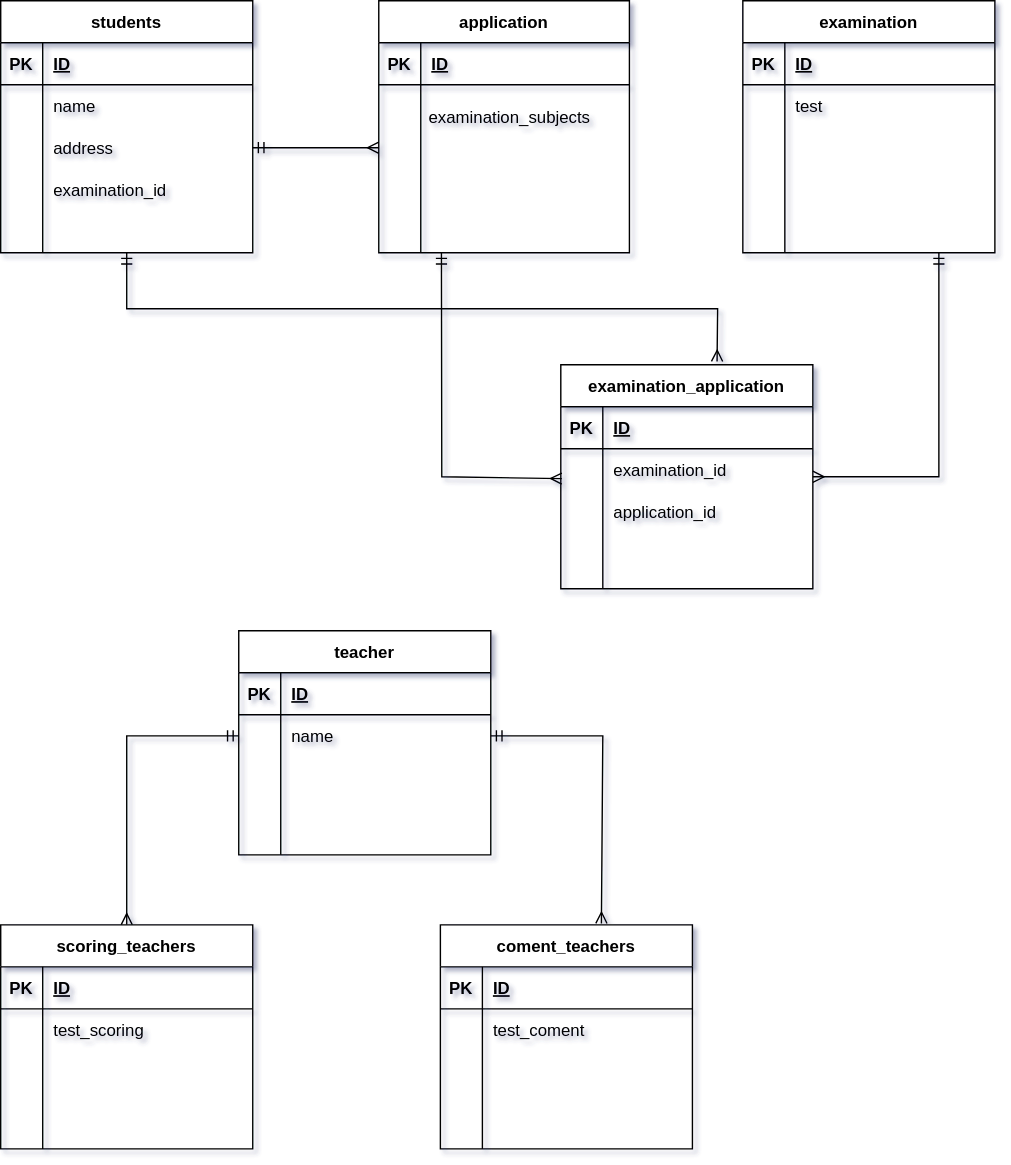
kayo57/20210925hirayama keeps this draw.io diagram as index.drawio.svg. Above is the earlier version. Source tidied: cells renumbered, new cells last; positions are measured from the earlier drawing's top-left corner, leaving out a move shared by most shapes.
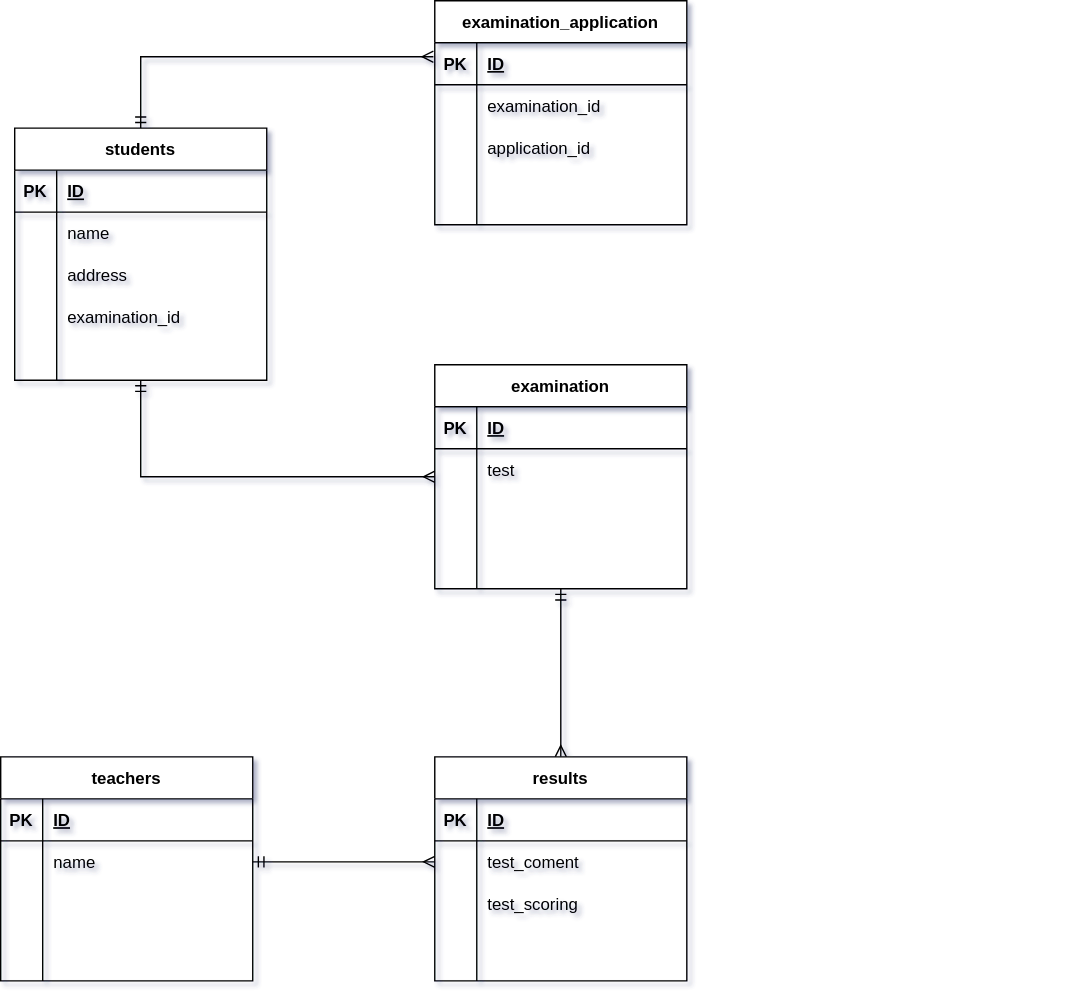
After the change.

The edit, as a diff of the source:
```diff
@@ -8,16 +8,24 @@
         <mxPoint x="442.5" y="145" as="targetPoint" />
       </mxGeometry>
     </mxCell>
-    <mxCell id="3" style="edgeStyle=none;rounded=0;jettySize=auto;html=1;exitX=0.5;exitY=1;exitDx=0;exitDy=0;startArrow=ERmandOne;startFill=0;endArrow=ERmany;endFill=0;entryX=0.62;entryY=-0.015;entryDx=0;entryDy=0;entryPerimeter=0;" parent="1" edge="1" source="4" target="61">
-      <mxGeometry relative="1" as="geometry">
-        <Array as="points">
-          <mxPoint x="90" y="220" />
-          <mxPoint x="512" y="220" />
-        </Array>
-      </mxGeometry>
-    </mxCell>
+    <mxCell id="102" style="rounded=0;jettySize=auto;html=1;exitX=0.5;exitY=0;exitDx=0;exitDy=0;startArrow=ERmandOne;startFill=0;endArrow=ERmany;endFill=0;" parent="1" edge="1" source="4">
+      <mxGeometry relative="1" as="geometry">
+        <mxPoint x="149" y="-80" as="targetPoint" />
+        <Array as="points">
+          <mxPoint x="-60" y="-80" />
+        </Array>
+      </mxGeometry>
+    </mxCell>
+    <mxCell id="103" style="edgeStyle=orthogonalEdgeStyle;rounded=0;jettySize=auto;html=1;exitX=0.5;exitY=1;exitDx=0;exitDy=0;startArrow=ERmandOne;startFill=0;endArrow=ERmany;endFill=0;" parent="1" edge="1" source="4">
+      <mxGeometry relative="1" as="geometry">
+        <mxPoint x="150" y="220" as="targetPoint" />
+        <Array as="points">
+          <mxPoint x="-60" y="220" />
+        </Array>
+      </mxGeometry>
+    </mxCell>
     <mxCell id="4" value="students" style="shape=table;startSize=30;rowLines=0;fontStyle=1;align=center;rounded=0;sketch=0;" parent="1" vertex="1">
-      <mxGeometry width="180" height="180" as="geometry" />
+      <mxGeometry x="-150" y="-29" width="180" height="180" as="geometry" />
     </mxCell>
     <mxCell id="5" style="shape=partialRectangle;fillColor=none;top=0;left=0;bottom=1;right=0;" parent="4" vertex="1">
       <mxGeometry y="30" width="180" height="30" as="geometry" />
@@ -55,54 +63,8 @@
     <mxCell id="16" value="examination_id" style="shape=partialRectangle;fillColor=none;top=0;left=0;bottom=0;right=0;align=left;spacingLeft=6;overflow=hidden;" parent="14" vertex="1">
       <mxGeometry x="30" width="150" height="30" as="geometry" />
     </mxCell>
-    <mxCell id="17" style="edgeStyle=none;rounded=0;jettySize=auto;html=1;exitX=0.25;exitY=1;exitDx=0;exitDy=0;entryX=0.004;entryY=0.711;entryDx=0;entryDy=0;entryPerimeter=0;startArrow=ERmandOne;startFill=0;endArrow=ERmany;endFill=0;" parent="1" edge="1" source="18" target="65">
-      <mxGeometry relative="1" as="geometry">
-        <Array as="points">
-          <mxPoint x="315" y="340" />
-        </Array>
-      </mxGeometry>
-    </mxCell>
-    <mxCell id="18" value="application" style="shape=table;startSize=30;rowLines=0;fontStyle=1;align=center;rounded=0;sketch=0;" parent="1" vertex="1">
-      <mxGeometry x="270" width="179" height="180" as="geometry" />
-    </mxCell>
-    <mxCell id="19" style="shape=partialRectangle;fillColor=none;top=0;left=0;bottom=1;right=0;" parent="18" vertex="1">
-      <mxGeometry y="30" width="179" height="30" as="geometry" />
-    </mxCell>
-    <mxCell id="20" value="PK" style="shape=partialRectangle;fillColor=none;top=0;left=0;bottom=0;right=0;fontStyle=1;overflow=hidden;" parent="19" vertex="1">
-      <mxGeometry width="30" height="30" as="geometry" />
-    </mxCell>
-    <mxCell id="21" value="ID" style="shape=partialRectangle;fillColor=none;top=0;left=0;bottom=0;right=0;align=left;spacingLeft=6;fontStyle=5;overflow=hidden;" parent="19" vertex="1">
-      <mxGeometry x="30" width="149" height="30" as="geometry" />
-    </mxCell>
-    <mxCell id="22" style="shape=partialRectangle;fillColor=none;top=0;left=0;bottom=0;right=0;" parent="18" vertex="1">
-      <mxGeometry y="60" width="179" height="30" as="geometry" />
-    </mxCell>
-    <mxCell id="23" style="shape=partialRectangle;fillColor=none;top=0;left=0;bottom=0;right=0;overflow=hidden;" parent="22" vertex="1">
-      <mxGeometry width="30" height="30" as="geometry" />
-    </mxCell>
-    <mxCell id="24" style="shape=partialRectangle;fillColor=none;top=0;left=0;bottom=0;right=0;align=left;spacingLeft=6;overflow=hidden;" parent="22" vertex="1">
-      <mxGeometry x="30" width="149" height="30" as="geometry" />
-    </mxCell>
-    <mxCell id="25" style="shape=partialRectangle;fillColor=none;top=0;left=0;bottom=0;right=0;points=[[0,0.5],[1,0.5]];portConstraint=eastwest;" parent="18" vertex="1">
-      <mxGeometry y="90" width="179" height="30" as="geometry" />
-    </mxCell>
-    <mxCell id="26" style="shape=partialRectangle;fillColor=none;top=0;left=0;bottom=0;right=0;overflow=hidden;" parent="25" vertex="1">
-      <mxGeometry width="30" height="30" as="geometry" />
-    </mxCell>
-    <mxCell id="27" style="shape=partialRectangle;fillColor=none;top=0;left=0;bottom=0;right=0;align=left;spacingLeft=6;overflow=hidden;" parent="25" vertex="1">
-      <mxGeometry x="30" width="149" height="30" as="geometry" />
-    </mxCell>
-    <mxCell id="28" style="shape=partialRectangle;fillColor=none;top=0;left=0;bottom=0;right=0;" parent="18" vertex="1">
-      <mxGeometry y="120" width="179" height="30" as="geometry" />
-    </mxCell>
-    <mxCell id="29" style="shape=partialRectangle;fillColor=none;top=0;left=0;bottom=0;right=0;overflow=hidden;" parent="28" vertex="1">
-      <mxGeometry width="30" height="30" as="geometry" />
-    </mxCell>
-    <mxCell id="30" style="shape=partialRectangle;fillColor=none;top=0;left=0;bottom=0;right=0;align=left;spacingLeft=6;overflow=hidden;" parent="28" vertex="1">
-      <mxGeometry x="30" width="149" height="30" as="geometry" />
-    </mxCell>
-    <mxCell id="31" value="teacher" style="shape=table;startSize=30;rowLines=0;fontStyle=1;align=center;rounded=0;sketch=0;" parent="1" vertex="1">
-      <mxGeometry x="170" y="450" width="180" height="160" as="geometry" />
+    <mxCell id="31" value="teachers" style="shape=table;startSize=30;rowLines=0;fontStyle=1;align=center;rounded=0;sketch=0;" parent="1" vertex="1">
+      <mxGeometry x="-160" y="420" width="180" height="160" as="geometry" />
     </mxCell>
     <mxCell id="32" style="shape=partialRectangle;fillColor=none;top=0;left=0;bottom=1;right=0;" parent="31" vertex="1">
       <mxGeometry y="30" width="180" height="30" as="geometry" />
@@ -140,16 +102,11 @@
     <mxCell id="43" style="shape=partialRectangle;fillColor=none;top=0;left=0;bottom=0;right=0;align=left;spacingLeft=6;overflow=hidden;" parent="41" vertex="1">
       <mxGeometry x="30" width="150" height="30" as="geometry" />
     </mxCell>
-    <mxCell id="44" style="edgeStyle=none;rounded=0;jettySize=auto;html=1;entryX=1;entryY=0.5;entryDx=0;entryDy=0;startArrow=ERmandOne;startFill=0;endArrow=ERmany;endFill=0;" parent="1" edge="1" target="61">
-      <mxGeometry relative="1" as="geometry">
-        <mxPoint x="670" y="180" as="sourcePoint" />
-        <Array as="points">
-          <mxPoint x="670" y="340" />
-        </Array>
-      </mxGeometry>
-    </mxCell>
+    <mxCell id="104" style="edgeStyle=orthogonalEdgeStyle;rounded=0;jettySize=auto;html=1;exitX=0.5;exitY=1;exitDx=0;exitDy=0;entryX=0.5;entryY=0;entryDx=0;entryDy=0;startArrow=ERmandOne;startFill=0;endArrow=ERmany;endFill=0;" parent="1" edge="1" source="45" target="105">
+      <mxGeometry relative="1" as="geometry" />
+    </mxCell>
     <mxCell id="45" value="examination" style="shape=table;startSize=30;rowLines=0;fontStyle=1;align=center;rounded=0;sketch=0;" parent="1" vertex="1">
-      <mxGeometry x="530" width="180" height="180" as="geometry" />
+      <mxGeometry x="150" y="140" width="180" height="160" as="geometry" />
     </mxCell>
     <mxCell id="46" style="shape=partialRectangle;fillColor=none;top=0;left=0;bottom=1;right=0;" parent="45" vertex="1">
       <mxGeometry y="30" width="180" height="30" as="geometry" />
@@ -187,17 +144,11 @@
     <mxCell id="57" style="shape=partialRectangle;fillColor=none;top=0;left=0;bottom=0;right=0;align=left;spacingLeft=6;overflow=hidden;" parent="55" vertex="1">
       <mxGeometry x="30" width="150" height="30" as="geometry" />
     </mxCell>
-    <mxCell id="58" value="examination_subjects" style="text;strokeColor=none;fillColor=none;spacingLeft=4;spacingRight=4;overflow=hidden;fontSize=12;rounded=0;sketch=0;" parent="1" vertex="1">
-      <mxGeometry x="300" y="70" width="130" height="30" as="geometry" />
-    </mxCell>
     <mxCell id="59" value="&lt;br&gt;" style="text;html=1;align=center;verticalAlign=middle;strokeColor=none;" parent="1" vertex="1">
       <mxGeometry x="570" y="150" width="20" height="20" as="geometry" />
     </mxCell>
-    <mxCell id="60" style="edgeStyle=none;rounded=1;sketch=0;jettySize=auto;html=1;exitX=0;exitY=0.5;exitDx=0;exitDy=0;entryX=1;entryY=0.5;entryDx=0;entryDy=0;startArrow=ERmany;startFill=0;endArrow=ERmandOne;endFill=0;targetPerimeterSpacing=1;" parent="1" edge="1" source="25" target="11">
-      <mxGeometry relative="1" as="geometry" />
-    </mxCell>
     <mxCell id="61" value="examination_application" style="shape=table;startSize=30;rowLines=0;fontStyle=1;align=center;" parent="1" vertex="1">
-      <mxGeometry x="400" y="260" width="180" height="160" as="geometry" />
+      <mxGeometry x="150" y="-120" width="180" height="160" as="geometry" />
     </mxCell>
     <mxCell id="62" style="shape=partialRectangle;fillColor=none;top=0;left=0;bottom=1;right=0;" parent="61" vertex="1">
       <mxGeometry y="30" width="180" height="30" as="geometry" />
@@ -235,98 +186,47 @@
     <mxCell id="73" style="shape=partialRectangle;fillColor=none;top=0;left=0;bottom=0;right=0;align=left;spacingLeft=6;overflow=hidden;" parent="71" vertex="1">
       <mxGeometry x="30" width="150" height="30" as="geometry" />
     </mxCell>
-    <mxCell id="74" value="coment_teachers" style="shape=table;startSize=30;rowLines=0;fontStyle=1;align=center;" parent="1" vertex="1">
-      <mxGeometry x="314" y="660" width="180" height="160" as="geometry" />
-    </mxCell>
-    <mxCell id="75" style="shape=partialRectangle;fillColor=none;top=0;left=0;bottom=1;right=0;" parent="74" vertex="1">
-      <mxGeometry y="30" width="180" height="30" as="geometry" />
-    </mxCell>
-    <mxCell id="76" value="PK" style="shape=partialRectangle;fillColor=none;top=0;left=0;bottom=0;right=0;fontStyle=1;overflow=hidden;" parent="75" vertex="1">
-      <mxGeometry width="30" height="30" as="geometry" />
-    </mxCell>
-    <mxCell id="77" value="ID" style="shape=partialRectangle;fillColor=none;top=0;left=0;bottom=0;right=0;align=left;spacingLeft=6;fontStyle=5;overflow=hidden;" parent="75" vertex="1">
-      <mxGeometry x="30" width="150" height="30" as="geometry" />
-    </mxCell>
-    <mxCell id="78" style="shape=partialRectangle;fillColor=none;top=0;left=0;bottom=0;right=0;" parent="74" vertex="1">
-      <mxGeometry y="60" width="180" height="30" as="geometry" />
-    </mxCell>
-    <mxCell id="79" style="shape=partialRectangle;fillColor=none;top=0;left=0;bottom=0;right=0;overflow=hidden;" parent="78" vertex="1">
-      <mxGeometry width="30" height="30" as="geometry" />
-    </mxCell>
+    <mxCell id="105" value="results" style="shape=table;startSize=30;rowLines=0;fontStyle=1;align=center;" parent="1" vertex="1">
+      <mxGeometry x="150" y="420" width="180" height="160" as="geometry" />
+    </mxCell>
+    <mxCell id="106" style="shape=partialRectangle;fillColor=none;top=0;left=0;bottom=1;right=0;" parent="105" vertex="1">
+      <mxGeometry y="30" width="180" height="30" as="geometry" />
+    </mxCell>
+    <mxCell id="107" value="PK" style="shape=partialRectangle;fillColor=none;top=0;left=0;bottom=0;right=0;fontStyle=1;overflow=hidden;" parent="106" vertex="1">
+      <mxGeometry width="30" height="30" as="geometry" />
+    </mxCell>
+    <mxCell id="108" value="ID" style="shape=partialRectangle;fillColor=none;top=0;left=0;bottom=0;right=0;align=left;spacingLeft=6;fontStyle=5;overflow=hidden;" parent="106" vertex="1">
+      <mxGeometry x="30" width="150" height="30" as="geometry" />
+    </mxCell>
+    <mxCell id="109" style="shape=partialRectangle;fillColor=none;top=0;left=0;bottom=0;right=0;points=[[0,0.5],[1,0.5]];portConstraint=eastwest;" parent="105" vertex="1">
+      <mxGeometry y="60" width="180" height="30" as="geometry" />
+    </mxCell>
+    <mxCell id="110" style="shape=partialRectangle;fillColor=none;top=0;left=0;bottom=0;right=0;overflow=hidden;" parent="109" vertex="1">
+      <mxGeometry width="30" height="30" as="geometry" />
+    </mxCell>
-    <mxCell id="80" value="test_coment" style="shape=partialRectangle;fillColor=none;top=0;left=0;bottom=0;right=0;align=left;spacingLeft=6;overflow=hidden;" parent="78" vertex="1">
+    <mxCell id="80" value="test_coment" style="shape=partialRectangle;fillColor=none;top=0;left=0;bottom=0;right=0;align=left;spacingLeft=6;overflow=hidden;" parent="109" vertex="1">
       <mxGeometry x="30" width="150" height="30" as="geometry" />
     </mxCell>
-    <mxCell id="81" style="shape=partialRectangle;fillColor=none;top=0;left=0;bottom=0;right=0;" parent="74" vertex="1">
-      <mxGeometry y="90" width="180" height="30" as="geometry" />
-    </mxCell>
-    <mxCell id="82" style="shape=partialRectangle;fillColor=none;top=0;left=0;bottom=0;right=0;overflow=hidden;" parent="81" vertex="1">
-      <mxGeometry width="30" height="30" as="geometry" />
-    </mxCell>
-    <mxCell id="83" style="shape=partialRectangle;fillColor=none;top=0;left=0;bottom=0;right=0;align=left;spacingLeft=6;overflow=hidden;" parent="81" vertex="1">
-      <mxGeometry x="30" width="150" height="30" as="geometry" />
-    </mxCell>
-    <mxCell id="84" style="shape=partialRectangle;fillColor=none;top=0;left=0;bottom=0;right=0;" parent="74" vertex="1">
-      <mxGeometry y="120" width="180" height="30" as="geometry" />
-    </mxCell>
-    <mxCell id="85" style="shape=partialRectangle;fillColor=none;top=0;left=0;bottom=0;right=0;overflow=hidden;" parent="84" vertex="1">
-      <mxGeometry width="30" height="30" as="geometry" />
-    </mxCell>
-    <mxCell id="86" style="shape=partialRectangle;fillColor=none;top=0;left=0;bottom=0;right=0;align=left;spacingLeft=6;overflow=hidden;" parent="84" vertex="1">
-      <mxGeometry x="30" width="150" height="30" as="geometry" />
-    </mxCell>
-    <mxCell id="87" style="rounded=0;jettySize=auto;html=1;exitX=0.5;exitY=0;exitDx=0;exitDy=0;startArrow=ERmany;startFill=0;endArrow=ERmandOne;endFill=0;entryX=0;entryY=0.5;entryDx=0;entryDy=0;" parent="1" edge="1" source="88" target="35">
-      <mxGeometry relative="1" as="geometry">
-        <Array as="points">
-          <mxPoint x="90" y="525" />
-        </Array>
-      </mxGeometry>
-    </mxCell>
-    <mxCell id="88" value="scoring_teachers" style="shape=table;startSize=30;rowLines=0;fontStyle=1;align=center;" parent="1" vertex="1">
-      <mxGeometry y="660" width="180" height="160" as="geometry" />
-    </mxCell>
-    <mxCell id="89" style="shape=partialRectangle;fillColor=none;top=0;left=0;bottom=1;right=0;" parent="88" vertex="1">
-      <mxGeometry y="30" width="180" height="30" as="geometry" />
-    </mxCell>
-    <mxCell id="90" value="PK" style="shape=partialRectangle;fillColor=none;top=0;left=0;bottom=0;right=0;fontStyle=1;overflow=hidden;" parent="89" vertex="1">
-      <mxGeometry width="30" height="30" as="geometry" />
-    </mxCell>
-    <mxCell id="91" value="ID" style="shape=partialRectangle;fillColor=none;top=0;left=0;bottom=0;right=0;align=left;spacingLeft=6;fontStyle=5;overflow=hidden;" parent="89" vertex="1">
-      <mxGeometry x="30" width="150" height="30" as="geometry" />
-    </mxCell>
-    <mxCell id="92" style="shape=partialRectangle;fillColor=none;top=0;left=0;bottom=0;right=0;" parent="88" vertex="1">
-      <mxGeometry y="60" width="180" height="30" as="geometry" />
-    </mxCell>
-    <mxCell id="93" style="shape=partialRectangle;fillColor=none;top=0;left=0;bottom=0;right=0;overflow=hidden;" parent="92" vertex="1">
-      <mxGeometry width="30" height="30" as="geometry" />
-    </mxCell>
+    <mxCell id="111" style="shape=partialRectangle;fillColor=none;top=0;left=0;bottom=0;right=0;" parent="105" vertex="1">
+      <mxGeometry y="90" width="180" height="30" as="geometry" />
+    </mxCell>
+    <mxCell id="112" style="shape=partialRectangle;fillColor=none;top=0;left=0;bottom=0;right=0;overflow=hidden;" parent="111" vertex="1">
+      <mxGeometry width="30" height="30" as="geometry" />
+    </mxCell>
-    <mxCell id="94" value="test_scoring" style="shape=partialRectangle;fillColor=none;top=0;left=0;bottom=0;right=0;align=left;spacingLeft=6;overflow=hidden;" parent="92" vertex="1">
+    <mxCell id="94" value="test_scoring" style="shape=partialRectangle;fillColor=none;top=0;left=0;bottom=0;right=0;align=left;spacingLeft=6;overflow=hidden;" parent="111" vertex="1">
       <mxGeometry x="30" width="150" height="30" as="geometry" />
     </mxCell>
-    <mxCell id="95" style="shape=partialRectangle;fillColor=none;top=0;left=0;bottom=0;right=0;" parent="88" vertex="1">
-      <mxGeometry y="90" width="180" height="30" as="geometry" />
-    </mxCell>
-    <mxCell id="96" style="shape=partialRectangle;fillColor=none;top=0;left=0;bottom=0;right=0;overflow=hidden;" parent="95" vertex="1">
-      <mxGeometry width="30" height="30" as="geometry" />
-    </mxCell>
-    <mxCell id="97" style="shape=partialRectangle;fillColor=none;top=0;left=0;bottom=0;right=0;align=left;spacingLeft=6;overflow=hidden;" parent="95" vertex="1">
-      <mxGeometry x="30" width="150" height="30" as="geometry" />
-    </mxCell>
-    <mxCell id="98" style="shape=partialRectangle;fillColor=none;top=0;left=0;bottom=0;right=0;" parent="88" vertex="1">
-      <mxGeometry y="120" width="180" height="30" as="geometry" />
-    </mxCell>
-    <mxCell id="99" style="shape=partialRectangle;fillColor=none;top=0;left=0;bottom=0;right=0;overflow=hidden;" parent="98" vertex="1">
-      <mxGeometry width="30" height="30" as="geometry" />
-    </mxCell>
-    <mxCell id="100" style="shape=partialRectangle;fillColor=none;top=0;left=0;bottom=0;right=0;align=left;spacingLeft=6;overflow=hidden;" parent="98" vertex="1">
-      <mxGeometry x="30" width="150" height="30" as="geometry" />
-    </mxCell>
-    <mxCell id="101" style="edgeStyle=none;rounded=0;jettySize=auto;html=1;exitX=1;exitY=0.5;exitDx=0;exitDy=0;startArrow=ERmandOne;startFill=0;endArrow=ERmany;endFill=0;" parent="1" edge="1" source="35">
-      <mxGeometry relative="1" as="geometry">
-        <mxPoint x="429" y="659" as="targetPoint" />
-        <Array as="points">
-          <mxPoint x="430" y="525" />
-        </Array>
-      </mxGeometry>
-    </mxCell>
+    <mxCell id="113" style="shape=partialRectangle;fillColor=none;top=0;left=0;bottom=0;right=0;" parent="105" vertex="1">
+      <mxGeometry y="120" width="180" height="30" as="geometry" />
+    </mxCell>
+    <mxCell id="114" style="shape=partialRectangle;fillColor=none;top=0;left=0;bottom=0;right=0;overflow=hidden;" parent="113" vertex="1">
+      <mxGeometry width="30" height="30" as="geometry" />
+    </mxCell>
+    <mxCell id="115" style="shape=partialRectangle;fillColor=none;top=0;left=0;bottom=0;right=0;align=left;spacingLeft=6;overflow=hidden;" parent="113" vertex="1">
+      <mxGeometry x="30" width="150" height="30" as="geometry" />
+    </mxCell>
+    <mxCell id="116" style="edgeStyle=none;rounded=0;jettySize=auto;html=1;exitX=1;exitY=0.5;exitDx=0;exitDy=0;entryX=0;entryY=0.5;entryDx=0;entryDy=0;startArrow=ERmandOne;startFill=0;endArrow=ERmany;endFill=0;" parent="1" edge="1" source="35" target="109">
+      <mxGeometry relative="1" as="geometry" />
+    </mxCell>
   </root>
 </mxGraphModel>
```
